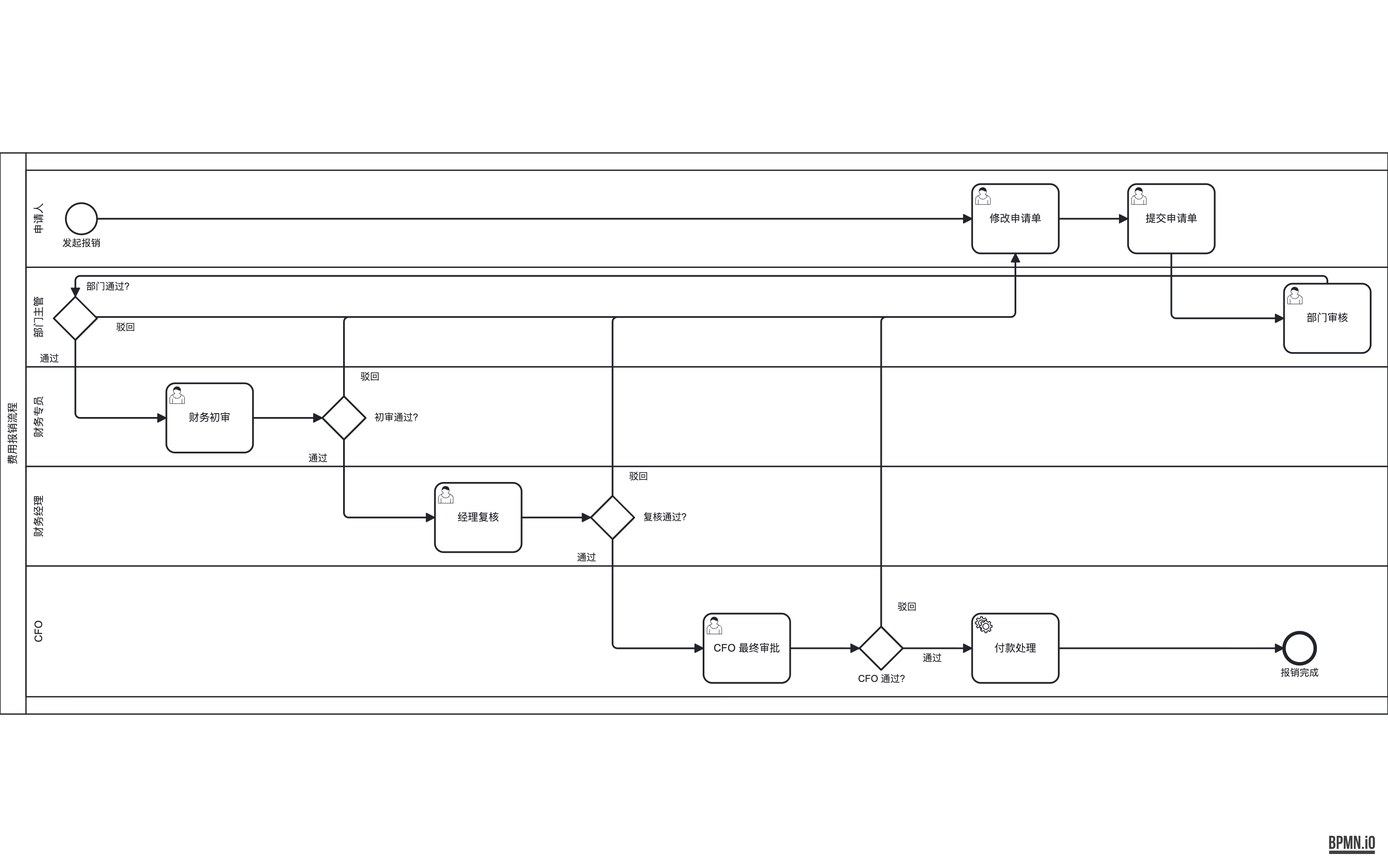
Earlier version of the BPMN export out-bpmn-png/40-fanin-sink-near-lane.png (LcpMarvel/tramito-layout). Its source is kept beside it as out-xml/40-fanin-sink-near-lane.bpmn. Ids are renumbered.
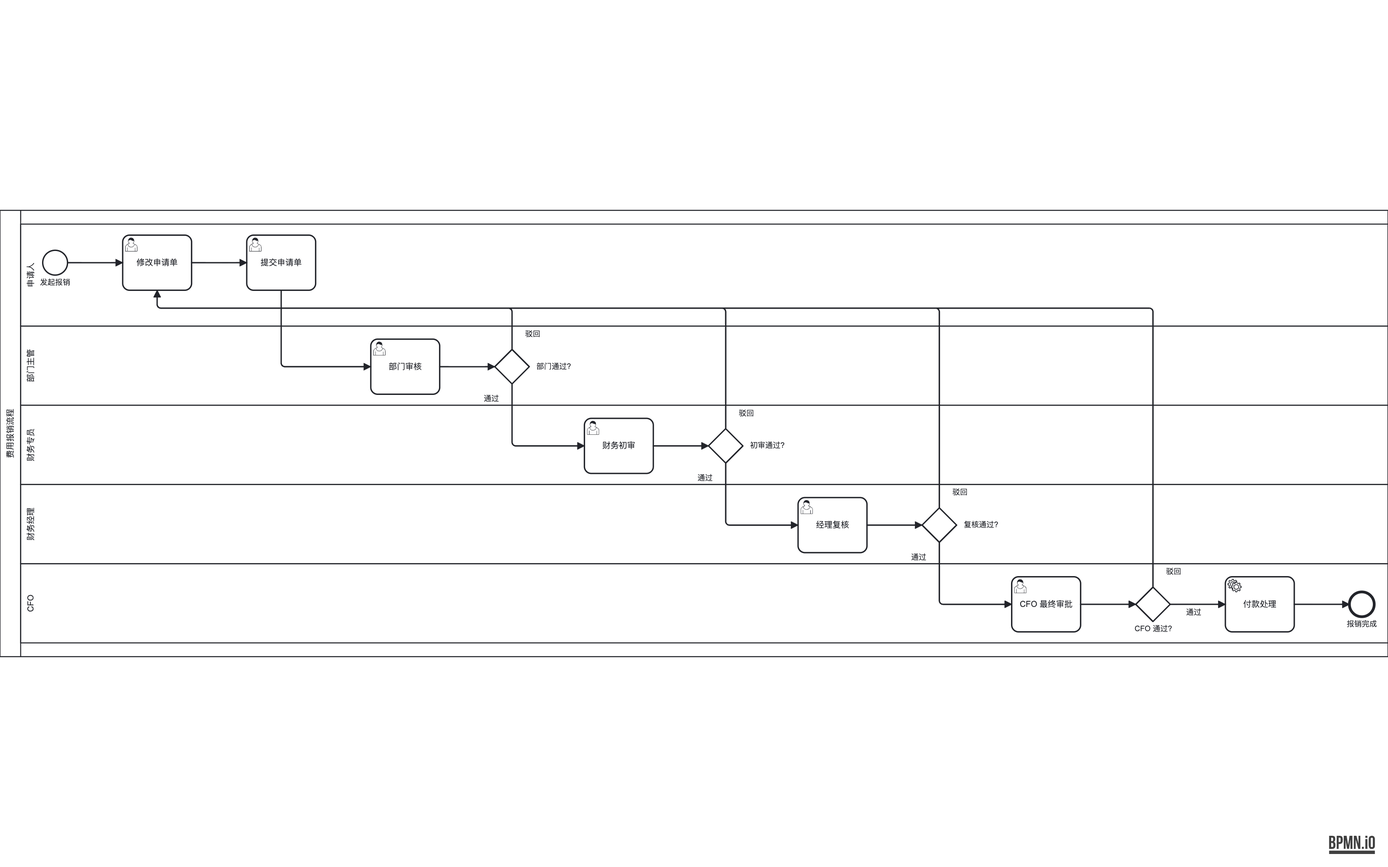
The same file after the commit.

Diff of the diagram source:
```diff
@@ -106,183 +106,182 @@
   <bpmndi:BPMNDiagram id="BPMNDiagram_definitions_fuzz_fan_in_common_sink_1" name="BPMNDiagram">
     <bpmndi:BPMNPlane id="BPMNPlane_definitions_fuzz_fan_in_common_sink_1" bpmnElement="collaboration_1">
       <bpmndi:BPMNShape id="collaboration_1_di" bpmnElement="collaboration_1">
-        <dc:Bounds x="0" y="0" width="1602" height="648" />
+        <dc:Bounds x="0" y="0" width="2014" height="648" />
       </bpmndi:BPMNShape>
       <bpmndi:BPMNShape id="pool_main_di" bpmnElement="pool_main" isHorizontal="true">
-        <dc:Bounds x="0" y="0" width="1602" height="648" />
+        <dc:Bounds x="0" y="0" width="2014" height="648" />
       </bpmndi:BPMNShape>
       <bpmndi:BPMNShape id="lane_applicant_di" bpmnElement="lane_applicant" isHorizontal="true">
-        <dc:Bounds x="30" y="20" width="1572" height="112" />
+        <dc:Bounds x="30" y="20" width="1984" height="148" />
       </bpmndi:BPMNShape>
       <bpmndi:BPMNShape id="start_1_di" bpmnElement="start_1">
-        <dc:Bounds x="76" y="58" width="36" height="36" />
+        <dc:Bounds x="62" y="58" width="36" height="36" />
         <bpmndi:BPMNLabel>
-          <dc:Bounds x="44" y="98" width="100" height="14" />
+          <dc:Bounds x="30" y="98" width="100" height="14" />
         </bpmndi:BPMNLabel>
       </bpmndi:BPMNShape>
       <bpmndi:BPMNShape id="task_revise_di" bpmnElement="task_revise">
-        <dc:Bounds x="1122" y="36" width="100" height="80" />
+        <dc:Bounds x="178" y="36" width="100" height="80" />
       </bpmndi:BPMNShape>
       <bpmndi:BPMNShape id="task_submit_di" bpmnElement="task_submit">
-        <dc:Bounds x="1302" y="36" width="100" height="80" />
+        <dc:Bounds x="358" y="36" width="100" height="80" />
       </bpmndi:BPMNShape>
       <bpmndi:BPMNShape id="lane_dept_di" bpmnElement="lane_dept" isHorizontal="true">
-        <dc:Bounds x="30" y="132" width="1572" height="115" />
+        <dc:Bounds x="30" y="168" width="1984" height="115" />
       </bpmndi:BPMNShape>
       <bpmndi:BPMNShape id="task_dept_review_di" bpmnElement="task_dept_review">
-        <dc:Bounds x="1482" y="151" width="100" height="80" />
+        <dc:Bounds x="538" y="187" width="100" height="80" />
       </bpmndi:BPMNShape>
       <bpmndi:BPMNShape id="gw_dept_di" bpmnElement="gw_dept">
-        <dc:Bounds x="62" y="166" width="50" height="50" />
+        <dc:Bounds x="718" y="202" width="50" height="50" />
         <bpmndi:BPMNLabel>
-          <dc:Bounds x="93" y="148" width="63" height="14" />
+          <dc:Bounds x="772" y="220" width="63" height="14" />
         </bpmndi:BPMNLabel>
       </bpmndi:BPMNShape>
       <bpmndi:BPMNShape id="lane_finance_di" bpmnElement="lane_finance" isHorizontal="true">
-        <dc:Bounds x="30" y="247" width="1572" height="115" />
+        <dc:Bounds x="30" y="283" width="1984" height="115" />
       </bpmndi:BPMNShape>
       <bpmndi:BPMNShape id="task_fin_check_di" bpmnElement="task_fin_check">
-        <dc:Bounds x="192" y="266" width="100" height="80" />
+        <dc:Bounds x="848" y="302" width="100" height="80" />
       </bpmndi:BPMNShape>
       <bpmndi:BPMNShape id="gw_fin_di" bpmnElement="gw_fin">
-        <dc:Bounds x="372" y="281" width="50" height="50" />
+        <dc:Bounds x="1028" y="317" width="50" height="50" />
         <bpmndi:BPMNLabel>
-          <dc:Bounds x="426" y="299" width="63" height="14" />
+          <dc:Bounds x="1082" y="335" width="63" height="14" />
         </bpmndi:BPMNLabel>
       </bpmndi:BPMNShape>
       <bpmndi:BPMNShape id="lane_manager_di" bpmnElement="lane_manager" isHorizontal="true">
-        <dc:Bounds x="30" y="362" width="1572" height="115" />
+        <dc:Bounds x="30" y="398" width="1984" height="115" />
       </bpmndi:BPMNShape>
       <bpmndi:BPMNShape id="task_mgr_review_di" bpmnElement="task_mgr_review">
-        <dc:Bounds x="502" y="381" width="100" height="80" />
+        <dc:Bounds x="1158" y="417" width="100" height="80" />
       </bpmndi:BPMNShape>
       <bpmndi:BPMNShape id="gw_mgr_di" bpmnElement="gw_mgr">
-        <dc:Bounds x="682" y="396" width="50" height="50" />
+        <dc:Bounds x="1338" y="432" width="50" height="50" />
         <bpmndi:BPMNLabel>
-          <dc:Bounds x="736" y="414" width="63" height="14" />
+          <dc:Bounds x="1392" y="450" width="63" height="14" />
         </bpmndi:BPMNLabel>
       </bpmndi:BPMNShape>
       <bpmndi:BPMNShape id="lane_cfo_di" bpmnElement="lane_cfo" isHorizontal="true">
-        <dc:Bounds x="30" y="477" width="1572" height="151" />
+        <dc:Bounds x="30" y="513" width="1984" height="115" />
       </bpmndi:BPMNShape>
       <bpmndi:BPMNShape id="task_cfo_approve_di" bpmnElement="task_cfo_approve">
-        <dc:Bounds x="812" y="532" width="100" height="80" />
+        <dc:Bounds x="1468" y="532" width="100" height="80" />
       </bpmndi:BPMNShape>
       <bpmndi:BPMNShape id="gw_cfo_di" bpmnElement="gw_cfo">
-        <dc:Bounds x="992" y="547" width="50" height="50" />
+        <dc:Bounds x="1648" y="547" width="50" height="50" />
         <bpmndi:BPMNLabel>
-          <dc:Bounds x="985.5" y="601" width="63" height="14" />
+          <dc:Bounds x="1641.5" y="601" width="63" height="14" />
         </bpmndi:BPMNLabel>
       </bpmndi:BPMNShape>
       <bpmndi:BPMNShape id="task_pay_di" bpmnElement="task_pay">
-        <dc:Bounds x="1122" y="532" width="100" height="80" />
+        <dc:Bounds x="1778" y="532" width="100" height="80" />
       </bpmndi:BPMNShape>
       <bpmndi:BPMNShape id="end_1_di" bpmnElement="end_1">
-        <dc:Bounds x="1482" y="554" width="36" height="36" />
+        <dc:Bounds x="1958" y="554" width="36" height="36" />
         <bpmndi:BPMNLabel>
-          <dc:Bounds x="1450" y="594" width="100" height="14" />
+          <dc:Bounds x="1926" y="594" width="100" height="14" />
         </bpmndi:BPMNLabel>
       </bpmndi:BPMNShape>
       <bpmndi:BPMNEdge id="f_start_revise_di" bpmnElement="f_start_revise">
-        <di:waypoint x="112" y="76" />
-        <di:waypoint x="1122" y="76" />
+        <di:waypoint x="98" y="76" />
+        <di:waypoint x="178" y="76" />
       </bpmndi:BPMNEdge>
       <bpmndi:BPMNEdge id="f_revise_submit_di" bpmnElement="f_revise_submit">
-        <di:waypoint x="1222" y="76" />
-        <di:waypoint x="1302" y="76" />
+        <di:waypoint x="278" y="76" />
+        <di:waypoint x="358" y="76" />
       </bpmndi:BPMNEdge>
       <bpmndi:BPMNEdge id="f_submit_dept_di" bpmnElement="f_submit_dept">
-        <di:waypoint x="1352" y="116" />
-        <di:waypoint x="1352" y="191" />
-        <di:waypoint x="1482" y="191" />
+        <di:waypoint x="408" y="116" />
+        <di:waypoint x="408" y="227" />
+        <di:waypoint x="538" y="227" />
       </bpmndi:BPMNEdge>
       <bpmndi:BPMNEdge id="f_dept_gw_di" bpmnElement="f_dept_gw">
-        <di:waypoint x="1532" y="151" />
-        <di:waypoint x="1532" y="142" />
-        <di:waypoint x="87" y="142" />
-        <di:waypoint x="87" y="166" />
+        <di:waypoint x="638" y="227" />
+        <di:waypoint x="718" y="227" />
       </bpmndi:BPMNEdge>
       <bpmndi:BPMNEdge id="f_dept_pass_di" bpmnElement="f_dept_pass">
-        <di:waypoint x="87" y="216" />
-        <di:waypoint x="87" y="306" />
-        <di:waypoint x="192" y="306" />
+        <di:waypoint x="743" y="252" />
+        <di:waypoint x="743" y="342" />
+        <di:waypoint x="848" y="342" />
         <bpmndi:BPMNLabel>
-          <dc:Bounds x="32" y="231" width="50" height="14" />
+          <dc:Bounds x="688" y="267" width="50" height="14" />
         </bpmndi:BPMNLabel>
       </bpmndi:BPMNEdge>
       <bpmndi:BPMNEdge id="f_dept_reject_di" bpmnElement="f_dept_reject">
-        <di:waypoint x="110.5" y="189.5" />
-        <di:waypoint x="1172" y="189.5" />
-        <di:waypoint x="1172" y="116" />
+        <di:waypoint x="743" y="202" />
+        <di:waypoint x="743" y="142" />
+        <di:waypoint x="228" y="142" />
+        <di:waypoint x="228" y="116" />
         <bpmndi:BPMNLabel>
-          <dc:Bounds x="119.5" y="194.5" width="50" height="14" />
+          <dc:Bounds x="748" y="173" width="50" height="14" />
         </bpmndi:BPMNLabel>
       </bpmndi:BPMNEdge>
       <bpmndi:BPMNEdge id="f_fin_gw_di" bpmnElement="f_fin_gw">
-        <di:waypoint x="292" y="306" />
-        <di:waypoint x="372" y="306" />
+        <di:waypoint x="948" y="342" />
+        <di:waypoint x="1028" y="342" />
       </bpmndi:BPMNEdge>
       <bpmndi:BPMNEdge id="f_fin_pass_di" bpmnElement="f_fin_pass">
-        <di:waypoint x="397" y="331" />
-        <di:waypoint x="397" y="421" />
-        <di:waypoint x="502" y="421" />
+        <di:waypoint x="1053" y="367" />
+        <di:waypoint x="1053" y="457" />
+        <di:waypoint x="1158" y="457" />
         <bpmndi:BPMNLabel>
-          <dc:Bounds x="342" y="346" width="50" height="14" />
+          <dc:Bounds x="998" y="382" width="50" height="14" />
         </bpmndi:BPMNLabel>
       </bpmndi:BPMNEdge>
       <bpmndi:BPMNEdge id="f_fin_reject_di" bpmnElement="f_fin_reject">
-        <di:waypoint x="397" y="281" />
-        <di:waypoint x="397" y="189.5" />
-        <di:waypoint x="1172" y="189.5" />
-        <di:waypoint x="1172" y="116" />
+        <di:waypoint x="1053" y="317" />
+        <di:waypoint x="1053" y="142" />
+        <di:waypoint x="228" y="142" />
+        <di:waypoint x="228" y="116" />
         <bpmndi:BPMNLabel>
-          <dc:Bounds x="402" y="252" width="50" height="14" />
+          <dc:Bounds x="1058" y="288" width="50" height="14" />
         </bpmndi:BPMNLabel>
       </bpmndi:BPMNEdge>
       <bpmndi:BPMNEdge id="f_mgr_gw_di" bpmnElement="f_mgr_gw">
-        <di:waypoint x="602" y="421" />
-        <di:waypoint x="682" y="421" />
+        <di:waypoint x="1258" y="457" />
+        <di:waypoint x="1338" y="457" />
       </bpmndi:BPMNEdge>
       <bpmndi:BPMNEdge id="f_mgr_pass_di" bpmnElement="f_mgr_pass">
-        <di:waypoint x="707" y="446" />
-        <di:waypoint x="707" y="572" />
-        <di:waypoint x="812" y="572" />
+        <di:waypoint x="1363" y="482" />
+        <di:waypoint x="1363" y="572" />
+        <di:waypoint x="1468" y="572" />
         <bpmndi:BPMNLabel>
-          <dc:Bounds x="652" y="461" width="50" height="14" />
+          <dc:Bounds x="1308" y="497" width="50" height="14" />
         </bpmndi:BPMNLabel>
       </bpmndi:BPMNEdge>
       <bpmndi:BPMNEdge id="f_mgr_reject_di" bpmnElement="f_mgr_reject">
-        <di:waypoint x="707" y="396" />
-        <di:waypoint x="707" y="189.5" />
-        <di:waypoint x="1172" y="189.5" />
-        <di:waypoint x="1172" y="116" />
+        <di:waypoint x="1363" y="432" />
+        <di:waypoint x="1363" y="142" />
+        <di:waypoint x="228" y="142" />
+        <di:waypoint x="228" y="116" />
         <bpmndi:BPMNLabel>
-          <dc:Bounds x="712" y="367" width="50" height="14" />
+          <dc:Bounds x="1368" y="403" width="50" height="14" />
         </bpmndi:BPMNLabel>
       </bpmndi:BPMNEdge>
       <bpmndi:BPMNEdge id="f_cfo_gw_di" bpmnElement="f_cfo_gw">
-        <di:waypoint x="912" y="572" />
-        <di:waypoint x="992" y="572" />
+        <di:waypoint x="1568" y="572" />
+        <di:waypoint x="1648" y="572" />
       </bpmndi:BPMNEdge>
       <bpmndi:BPMNEdge id="f_cfo_pass_di" bpmnElement="f_cfo_pass">
-        <di:waypoint x="1042" y="572" />
-        <di:waypoint x="1122" y="572" />
+        <di:waypoint x="1698" y="572" />
+        <di:waypoint x="1778" y="572" />
         <bpmndi:BPMNLabel>
-          <dc:Bounds x="1051" y="577" width="50" height="14" />
+          <dc:Bounds x="1707" y="577" width="50" height="14" />
         </bpmndi:BPMNLabel>
       </bpmndi:BPMNEdge>
       <bpmndi:BPMNEdge id="f_cfo_reject_di" bpmnElement="f_cfo_reject">
-        <di:waypoint x="1017" y="547" />
-        <di:waypoint x="1017" y="189.5" />
-        <di:waypoint x="1172" y="189.5" />
-        <di:waypoint x="1172" y="116" />
+        <di:waypoint x="1673" y="547" />
+        <di:waypoint x="1673" y="142" />
+        <di:waypoint x="228" y="142" />
+        <di:waypoint x="228" y="116" />
         <bpmndi:BPMNLabel>
-          <dc:Bounds x="1022" y="518" width="50" height="14" />
+          <dc:Bounds x="1678" y="518" width="50" height="14" />
         </bpmndi:BPMNLabel>
       </bpmndi:BPMNEdge>
       <bpmndi:BPMNEdge id="f_pay_end_di" bpmnElement="f_pay_end">
-        <di:waypoint x="1222" y="572" />
-        <di:waypoint x="1482" y="572" />
+        <di:waypoint x="1878" y="572" />
+        <di:waypoint x="1958" y="572" />
       </bpmndi:BPMNEdge>
     </bpmndi:BPMNPlane>
   </bpmndi:BPMNDiagram>
```
